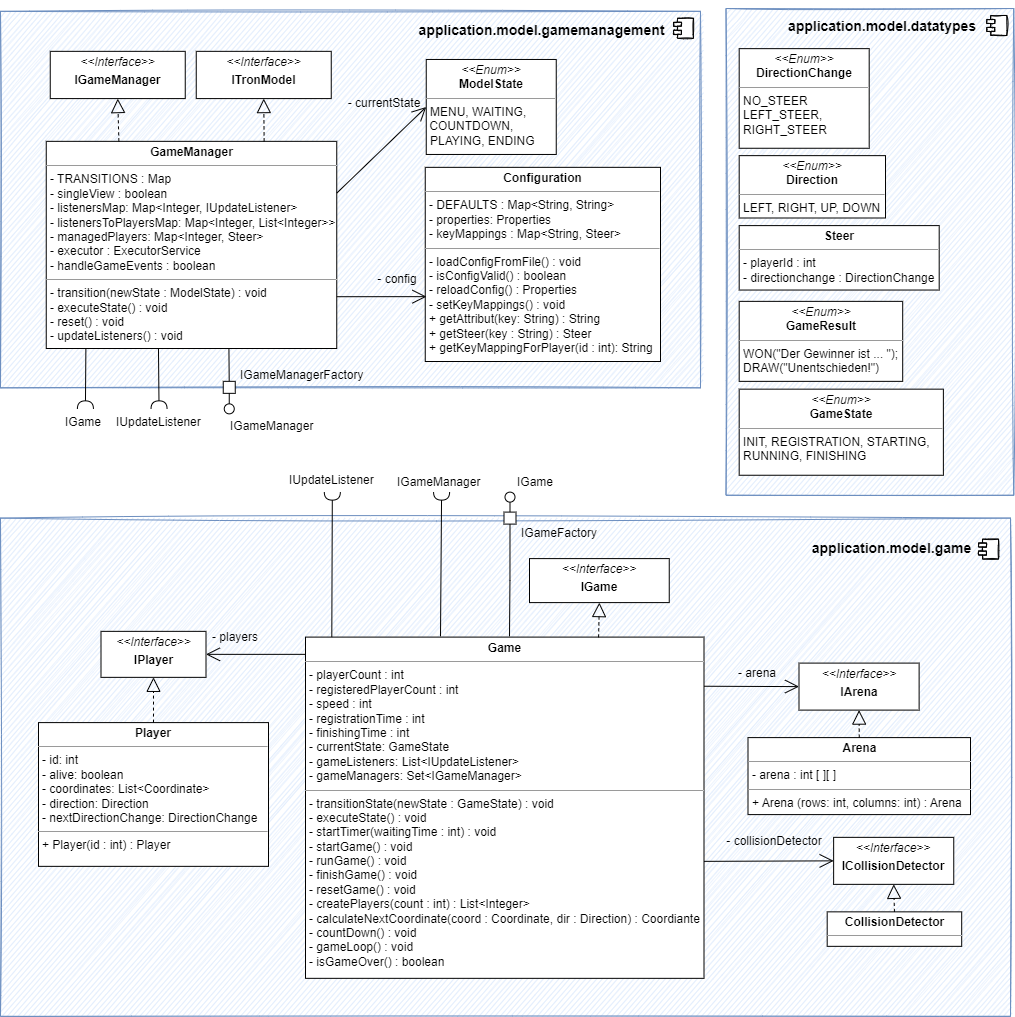
Earlier version of the draw.io export Dokumentation/App/diagrams/baustein/bs_layer3_model.png (sckoenig/Distributed-Tron). Source tidied: cells renumbered, new cells last; positions are measured from the earlier drawing's top-left corner, leaving out a move shared by most shapes.
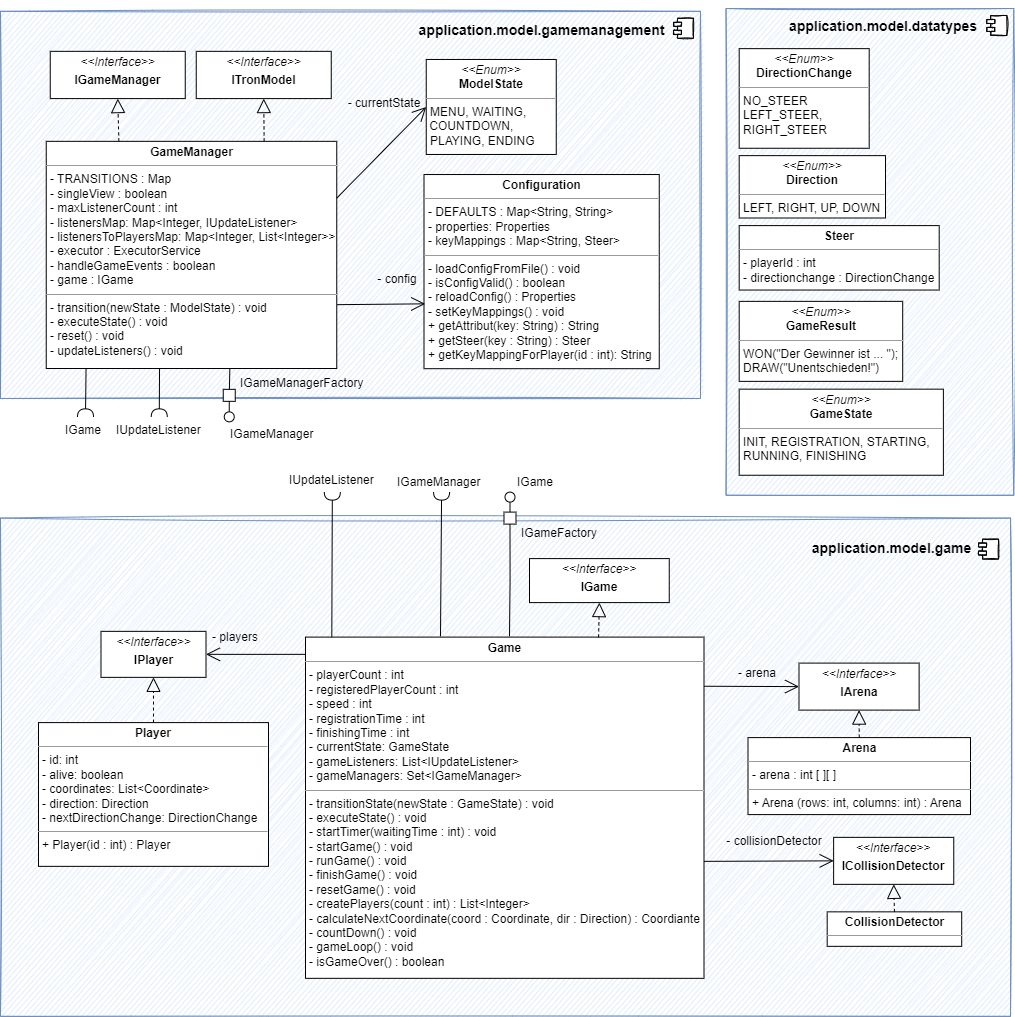
The same file after the commit.

Change to the diagram source:
```diff
@@ -3,7 +3,7 @@
     <mxCell id="0" />
     <mxCell id="1" parent="0" />
     <mxCell id="2" style="html=1;sketch=1;fillColor=#dae8fc;strokeColor=#6c8ebf;" parent="1" vertex="1">
-      <mxGeometry y="2.8" width="700" height="376.5" as="geometry" />
+      <mxGeometry y="2.8" width="700" height="387.2" as="geometry" />
     </mxCell>
     <mxCell id="3" style="shape=module;jettyWidth=8;jettyHeight=4;sketch=1;" parent="2" vertex="1">
       <mxGeometry x="1" width="20" height="20" relative="1" as="geometry">
@@ -36,10 +36,10 @@
       <mxGeometry x="195.8" y="42.8" width="135" height="47.2" as="geometry" />
     </mxCell>
     <mxCell id="11" value="&lt;p style=&quot;margin:0px;margin-top:4px;text-align:center;&quot;&gt;&lt;span style=&quot;font-weight: 700;&quot;&gt;Configuration&lt;/span&gt;&lt;br&gt;&lt;/p&gt;&lt;hr size=&quot;1&quot;&gt;&lt;p style=&quot;margin:0px;margin-left:4px;&quot;&gt;- DEFAULTS : Map&amp;lt;String, String&amp;gt;&lt;/p&gt;&lt;p style=&quot;margin:0px;margin-left:4px;&quot;&gt;- properties: Properties&lt;br style=&quot;padding: 0px; margin: 0px;&quot;&gt;- keyMappings : Map&amp;lt;String, Steer&amp;gt;&lt;/p&gt;&lt;hr size=&quot;1&quot;&gt;&lt;p style=&quot;margin:0px;margin-left:4px;&quot;&gt;- loadConfigFromFile() : void&lt;br style=&quot;padding: 0px; margin: 0px;&quot;&gt;- isConfigValid() : boolean&lt;br style=&quot;padding: 0px; margin: 0px;&quot;&gt;- reloadConfig() : Properties&lt;/p&gt;&lt;p style=&quot;margin:0px;margin-left:4px;&quot;&gt;- setKeyMappings() : void&lt;br style=&quot;padding: 0px; margin: 0px;&quot;&gt;+ getAttribut(key: String) : String&lt;br style=&quot;padding: 0px; margin: 0px;&quot;&gt;+ getSteer(key : String) : Steer&lt;/p&gt;&lt;p style=&quot;margin:0px;margin-left:4px;&quot;&gt;+ getKeyMappingForPlayer(id : int): String&lt;/p&gt;&lt;div style=&quot;padding: 0px; margin: 0px;&quot;&gt;&lt;br style=&quot;padding: 0px; margin: 0px;&quot;&gt;&lt;/div&gt;&lt;div style=&quot;padding: 0px; margin: 0px;&quot;&gt;&lt;br style=&quot;padding: 0px; margin: 0px;&quot;&gt;&lt;/div&gt;&lt;div style=&quot;padding: 0px; margin: 0px;&quot;&gt;&lt;br style=&quot;padding: 0px; margin: 0px;&quot;&gt;&lt;/div&gt;" style="verticalAlign=top;align=left;overflow=fill;fontSize=12;fontFamily=Helvetica;html=1;sketch=0;fillColor=default;" parent="1" vertex="1">
-      <mxGeometry x="424.8" y="158.8" width="235.2" height="194.2" as="geometry" />
+      <mxGeometry x="423.5" y="166" width="235.2" height="194.2" as="geometry" />
     </mxCell>
-    <mxCell id="12" value="&lt;p style=&quot;margin:0px;margin-top:4px;text-align:center;&quot;&gt;&lt;b&gt;GameManager&lt;/b&gt;&lt;/p&gt;&lt;hr size=&quot;1&quot;&gt;&lt;p style=&quot;margin:0px;margin-left:4px;&quot;&gt;&lt;span style=&quot;background-color: initial;&quot;&gt;- TRANSITIONS : Map&lt;/span&gt;&lt;/p&gt;&lt;p style=&quot;margin:0px;margin-left:4px;&quot;&gt;&lt;span style=&quot;background-color: initial;&quot;&gt;- singleView : boolean&lt;/span&gt;&lt;/p&gt;&lt;p style=&quot;margin:0px;margin-left:4px;&quot;&gt;- listenersMap: Map&amp;lt;Integer, IUpdateListener&amp;gt;&lt;/p&gt;&lt;p style=&quot;margin:0px;margin-left:4px;&quot;&gt;- listenersToPlayersMap: Map&amp;lt;Integer, List&amp;lt;Integer&amp;gt;&amp;gt;&lt;/p&gt;&lt;p style=&quot;margin:0px;margin-left:4px;&quot;&gt;- managedPlayers: Map&amp;lt;Integer, Steer&amp;gt;&lt;br&gt;&lt;/p&gt;&lt;p style=&quot;margin:0px;margin-left:4px;&quot;&gt;- executor : ExecutorService&lt;/p&gt;&lt;p style=&quot;margin:0px;margin-left:4px;&quot;&gt;- handleGameEvents : boolean&lt;/p&gt;&lt;hr size=&quot;1&quot;&gt;&lt;p style=&quot;margin:0px;margin-left:4px;&quot;&gt;&lt;span style=&quot;background-color: initial;&quot;&gt;- transition(newState : ModelState) : void&lt;/span&gt;&lt;br&gt;&lt;/p&gt;&lt;p style=&quot;margin:0px;margin-left:4px;&quot;&gt;- executeState() : void&lt;/p&gt;&lt;p style=&quot;margin:0px;margin-left:4px;&quot;&gt;- reset() : void&lt;/p&gt;&lt;p style=&quot;margin: 0px 0px 0px 4px;&quot;&gt;- updateListeners() : void&lt;/p&gt;&lt;p style=&quot;margin: 0px 0px 0px 4px;&quot;&gt;&lt;br&gt;&lt;/p&gt;&lt;p style=&quot;margin: 0px 0px 0px 4px;&quot;&gt;&lt;br&gt;&lt;/p&gt;&lt;p style=&quot;margin:0px;margin-left:4px;&quot;&gt;&lt;/p&gt;&lt;br&gt;&lt;div style=&quot;padding: 0px; margin: 0px;&quot;&gt;&lt;br style=&quot;padding: 0px; margin: 0px;&quot;&gt;&lt;/div&gt;&lt;div style=&quot;padding: 0px; margin: 0px;&quot;&gt;&lt;br style=&quot;padding: 0px; margin: 0px;&quot;&gt;&lt;/div&gt;" style="verticalAlign=top;align=left;overflow=fill;fontSize=12;fontFamily=Helvetica;html=1;sketch=0;fillColor=default;" parent="1" vertex="1">
-      <mxGeometry x="45.8" y="132.8" width="290.5" height="207.2" as="geometry" />
+    <mxCell id="12" value="&lt;p style=&quot;margin:0px;margin-top:4px;text-align:center;&quot;&gt;&lt;b&gt;GameManager&lt;/b&gt;&lt;/p&gt;&lt;hr size=&quot;1&quot;&gt;&lt;p style=&quot;margin:0px;margin-left:4px;&quot;&gt;&lt;span style=&quot;background-color: initial;&quot;&gt;- TRANSITIONS : Map&lt;/span&gt;&lt;/p&gt;&lt;p style=&quot;margin:0px;margin-left:4px;&quot;&gt;&lt;span style=&quot;background-color: initial;&quot;&gt;- singleView : boolean&lt;/span&gt;&lt;/p&gt;&lt;p style=&quot;margin:0px;margin-left:4px;&quot;&gt;&lt;span style=&quot;background-color: initial;&quot;&gt;- maxListenerCount : int&lt;/span&gt;&lt;/p&gt;&lt;p style=&quot;margin:0px;margin-left:4px;&quot;&gt;- listenersMap: Map&amp;lt;Integer, IUpdateListener&amp;gt;&lt;/p&gt;&lt;p style=&quot;margin:0px;margin-left:4px;&quot;&gt;- listenersToPlayersMap: Map&amp;lt;Integer, List&amp;lt;Integer&amp;gt;&amp;gt;&lt;/p&gt;&lt;p style=&quot;margin:0px;margin-left:4px;&quot;&gt;- executor : ExecutorService&lt;/p&gt;&lt;p style=&quot;margin:0px;margin-left:4px;&quot;&gt;- handleGameEvents : boolean&lt;/p&gt;&lt;p style=&quot;margin:0px;margin-left:4px;&quot;&gt;- game : IGame&lt;/p&gt;&lt;hr size=&quot;1&quot;&gt;&lt;p style=&quot;margin:0px;margin-left:4px;&quot;&gt;&lt;span style=&quot;background-color: initial;&quot;&gt;- transition(newState : ModelState) : void&lt;/span&gt;&lt;br&gt;&lt;/p&gt;&lt;p style=&quot;margin:0px;margin-left:4px;&quot;&gt;- executeState() : void&lt;/p&gt;&lt;p style=&quot;margin:0px;margin-left:4px;&quot;&gt;- reset() : void&lt;/p&gt;&lt;p style=&quot;margin: 0px 0px 0px 4px;&quot;&gt;- updateListeners() : void&lt;/p&gt;&lt;p style=&quot;margin: 0px 0px 0px 4px;&quot;&gt;&lt;br&gt;&lt;/p&gt;&lt;p style=&quot;margin: 0px 0px 0px 4px;&quot;&gt;&lt;br&gt;&lt;/p&gt;&lt;p style=&quot;margin:0px;margin-left:4px;&quot;&gt;&lt;/p&gt;&lt;br&gt;&lt;div style=&quot;padding: 0px; margin: 0px;&quot;&gt;&lt;br style=&quot;padding: 0px; margin: 0px;&quot;&gt;&lt;/div&gt;&lt;div style=&quot;padding: 0px; margin: 0px;&quot;&gt;&lt;br style=&quot;padding: 0px; margin: 0px;&quot;&gt;&lt;/div&gt;" style="verticalAlign=top;align=left;overflow=fill;fontSize=12;fontFamily=Helvetica;html=1;sketch=0;fillColor=default;" parent="1" vertex="1">
+      <mxGeometry x="45.8" y="132.8" width="290.5" height="227.2" as="geometry" />
     </mxCell>
     <mxCell id="13" value="- config" style="text;html=1;strokeColor=none;fillColor=none;align=center;verticalAlign=middle;whiteSpace=wrap;rounded=0;" parent="1" vertex="1">
       <mxGeometry x="353.3" y="256.1" width="88" height="30" as="geometry" />
@@ -59,10 +59,8 @@
     <mxCell id="18" value="&lt;p style=&quot;margin:0px;margin-top:4px;text-align:center;&quot;&gt;&lt;i&gt;&amp;lt;&amp;lt;Interface&lt;/i&gt;&lt;i style=&quot;background-color: initial;&quot;&gt;&amp;gt;&amp;gt;&lt;/i&gt;&lt;/p&gt;&lt;p style=&quot;margin:0px;margin-top:4px;text-align:center;&quot;&gt;&lt;b&gt;IGame&lt;/b&gt;&lt;/p&gt;" style="verticalAlign=top;align=left;overflow=fill;fontSize=12;fontFamily=Helvetica;html=1;" parent="1" vertex="1">
       <mxGeometry x="529" y="550.1" width="139.8" height="44" as="geometry" />
     </mxCell>
-    <mxCell id="19" style="rounded=0;jettySize=auto;html=1;endArrow=halfCircle;endFill=0;endSize=6;strokeWidth=1;sketch=0;exitX=0.25;exitY=1;exitDx=0;exitDy=0;" parent="1" edge="1" target="48">
-      <mxGeometry relative="1" as="geometry">
-        <mxPoint x="85.4" y="340" as="sourcePoint" />
-      </mxGeometry>
+    <mxCell id="19" style="rounded=0;jettySize=auto;html=1;endArrow=halfCircle;endFill=0;endSize=6;strokeWidth=1;sketch=0;exitX=0.137;exitY=0.999;exitDx=0;exitDy=0;exitPerimeter=0;" parent="1" edge="1" source="12" target="48">
+      <mxGeometry relative="1" as="geometry" />
     </mxCell>
     <mxCell id="20" style="rounded=0;jettySize=auto;html=1;endArrow=none;endFill=0;sketch=0;startArrow=none;entryX=0.5;entryY=0;entryDx=0;entryDy=0;" parent="1" edge="1" source="21">
       <mxGeometry relative="1" as="geometry">
@@ -82,7 +80,7 @@
     </mxCell>
     <mxCell id="24" style="endArrow=open;endFill=1;endSize=12;html=1;rounded=0;sketch=0;entryX=1;entryY=0.5;entryDx=0;entryDy=0;" parent="1" edge="1" target="45">
       <mxGeometry relative="1" as="geometry">
-        <mxPoint x="305" y="645.8" as="sourcePoint" />
+        <mxPoint x="305" y="645.9" as="sourcePoint" />
       </mxGeometry>
     </mxCell>
     <mxCell id="25" style="endArrow=open;endFill=1;endSize=12;html=1;rounded=0;sketch=0;exitX=1;exitY=0.144;exitDx=0;exitDy=0;entryX=0;entryY=0.5;entryDx=0;entryDy=0;exitPerimeter=0;" parent="1" edge="1" source="16" target="17">
@@ -103,7 +101,7 @@
     <mxCell id="30" value="&lt;p style=&quot;margin:0px;margin-top:4px;text-align:center;&quot;&gt;&lt;span style=&quot;font-weight: 700;&quot;&gt;Steer&lt;/span&gt;&lt;br&gt;&lt;/p&gt;&lt;hr size=&quot;1&quot;&gt;&lt;p style=&quot;margin:0px;margin-left:4px;&quot;&gt;- playerId : int&lt;br style=&quot;padding: 0px; margin: 0px;&quot;&gt;- directionchange :&amp;nbsp;&lt;span style=&quot;background-color: initial;&quot;&gt;DirectionChange&lt;/span&gt;&lt;/p&gt;" style="verticalAlign=top;align=left;overflow=fill;fontSize=12;fontFamily=Helvetica;html=1;" parent="1" vertex="1">
       <mxGeometry x="738.7" y="217.1" width="200" height="64.4" as="geometry" />
     </mxCell>
-    <mxCell id="31" style="endArrow=open;endFill=1;endSize=12;html=1;rounded=0;sketch=0;exitX=1;exitY=0.75;exitDx=0;exitDy=0;entryX=0.005;entryY=0.666;entryDx=0;entryDy=0;entryPerimeter=0;" parent="1" edge="1" source="12" target="11">
+    <mxCell id="31" style="endArrow=open;endFill=1;endSize=12;html=1;rounded=0;sketch=0;entryX=0.005;entryY=0.666;entryDx=0;entryDy=0;entryPerimeter=0;exitX=1.001;exitY=0.719;exitDx=0;exitDy=0;exitPerimeter=0;" parent="1" edge="1" source="12" target="11">
       <mxGeometry relative="1" as="geometry" />
     </mxCell>
     <mxCell id="32" style="endArrow=open;endFill=1;endSize=12;html=1;rounded=0;sketch=0;entryX=0;entryY=0.5;entryDx=0;entryDy=0;exitX=1;exitY=0.25;exitDx=0;exitDy=0;" parent="1" edge="1" source="12" target="28">
@@ -122,12 +120,10 @@
       <mxGeometry x="287" y="458.2" width="89.7" height="25.4" as="geometry" />
     </mxCell>
     <mxCell id="37" value="&lt;div style=&quot;text-align: center;&quot;&gt;IGameManagerFactory&lt;/div&gt;" style="text;whiteSpace=wrap;html=1;" parent="1" vertex="1">
-      <mxGeometry x="237.5" y="352.8" width="70" height="40" as="geometry" />
+      <mxGeometry x="237.5" y="360.8" width="70" height="40" as="geometry" />
     </mxCell>
-    <mxCell id="38" style="endArrow=none;html=1;rounded=0;entryX=0.856;entryY=0.998;entryDx=0;entryDy=0;entryPerimeter=0;startArrow=none;" parent="1" edge="1" source="54">
-      <mxGeometry relative="1" as="geometry">
-        <mxPoint x="228.4" y="339.6" as="targetPoint" />
-      </mxGeometry>
+    <mxCell id="38" style="endArrow=none;html=1;rounded=0;startArrow=none;entryX=0.632;entryY=1;entryDx=0;entryDy=0;entryPerimeter=0;" parent="1" edge="1" source="54" target="12">
+      <mxGeometry relative="1" as="geometry" />
     </mxCell>
     <mxCell id="39" style="endArrow=open;endFill=1;endSize=12;html=1;rounded=0;sketch=0;entryX=0;entryY=0.5;entryDx=0;entryDy=0;" parent="1" edge="1" target="46">
       <mxGeometry relative="1" as="geometry">
@@ -161,7 +157,7 @@
       <mxGeometry x="724.8" y="817.8" width="98" height="30" as="geometry" />
     </mxCell>
     <mxCell id="48" value="&lt;div style=&quot;text-align: center;&quot;&gt;IGame&lt;/div&gt;" style="text;whiteSpace=wrap;html=1;" parent="1" vertex="1">
-      <mxGeometry x="63.1" y="400.4" width="43.2" height="40" as="geometry" />
+      <mxGeometry x="63.1" y="408.4" width="43.2" height="40" as="geometry" />
     </mxCell>
     <mxCell id="49" style="whiteSpace=wrap;html=1;" parent="1" vertex="1">
       <mxGeometry x="503.5" y="503.6" width="12" height="12" as="geometry" />
@@ -175,21 +171,21 @@
       </mxGeometry>
     </mxCell>
     <mxCell id="52" value="&lt;div style=&quot;text-align: center;&quot;&gt;IGameManager&lt;/div&gt;" style="text;whiteSpace=wrap;html=1;" parent="1" vertex="1">
-      <mxGeometry x="228.2" y="403.7" width="70" height="40" as="geometry" />
+      <mxGeometry x="228.2" y="411.7" width="70" height="40" as="geometry" />
     </mxCell>
     <mxCell id="53" value="&lt;p style=&quot;margin:0px;margin-top:4px;text-align:center;&quot;&gt;&lt;i&gt;&amp;lt;&amp;lt;Interface&lt;/i&gt;&lt;i style=&quot;background-color: initial;&quot;&gt;&amp;gt;&amp;gt;&lt;/i&gt;&lt;/p&gt;&lt;p style=&quot;margin:0px;margin-top:4px;text-align:center;&quot;&gt;&lt;b&gt;IGameManager&lt;/b&gt;&lt;/p&gt;" style="verticalAlign=top;align=left;overflow=fill;fontSize=12;fontFamily=Helvetica;html=1;" parent="1" vertex="1">
       <mxGeometry x="49.8" y="42.8" width="135" height="47.2" as="geometry" />
     </mxCell>
     <mxCell id="54" style="whiteSpace=wrap;html=1;" parent="1" vertex="1">
-      <mxGeometry x="222.8" y="372.8" width="12" height="12" as="geometry" />
+      <mxGeometry x="222.8" y="380.8" width="12" height="12" as="geometry" />
     </mxCell>
     <mxCell id="55" style="endArrow=none;html=1;rounded=0;startArrow=none;" parent="1" edge="1" source="56">
       <mxGeometry relative="1" as="geometry">
-        <mxPoint x="228.8" y="384.8" as="targetPoint" />
+        <mxPoint x="228.8" y="392.8" as="targetPoint" />
       </mxGeometry>
     </mxCell>
     <mxCell id="56" style="ellipse;whiteSpace=wrap;html=1;align=center;points=[];outlineConnect=0;sketch=0;" parent="1" vertex="1">
-      <mxGeometry x="223.8" y="395.4" width="10" height="10" as="geometry" />
+      <mxGeometry x="223.8" y="403.4" width="10" height="10" as="geometry" />
     </mxCell>
     <mxCell id="57" style="endArrow=block;dashed=1;endFill=0;endSize=12;html=1;rounded=0;fontSize=25;exitX=0.25;exitY=0;exitDx=0;exitDy=0;entryX=0.5;entryY=1;entryDx=0;entryDy=0;" parent="1" edge="1" source="12" target="53">
       <mxGeometry relative="1" as="geometry" />
@@ -203,13 +199,11 @@
     <mxCell id="60" value="&lt;div style=&quot;text-align: center;&quot;&gt;IGameManager&lt;/div&gt;" style="text;whiteSpace=wrap;html=1;" parent="1" vertex="1">
       <mxGeometry x="395.1" y="460.4" width="91.9" height="23.2" as="geometry" />
     </mxCell>
-    <mxCell id="61" style="rounded=0;jettySize=auto;html=1;endArrow=halfCircle;endFill=0;endSize=6;strokeWidth=1;sketch=0;exitX=0.462;exitY=1;exitDx=0;exitDy=0;exitPerimeter=0;" parent="1" edge="1" target="62">
-      <mxGeometry relative="1" as="geometry">
-        <mxPoint x="158" y="340" as="sourcePoint" />
-      </mxGeometry>
+    <mxCell id="61" style="rounded=0;jettySize=auto;html=1;endArrow=halfCircle;endFill=0;endSize=6;strokeWidth=1;sketch=0;exitX=0.39;exitY=1.002;exitDx=0;exitDy=0;exitPerimeter=0;" parent="1" edge="1" source="12" target="62">
+      <mxGeometry relative="1" as="geometry" />
     </mxCell>
     <mxCell id="62" value="&lt;div style=&quot;text-align: center;&quot;&gt;IUpdateListener&lt;/div&gt;" style="text;whiteSpace=wrap;html=1;" parent="1" vertex="1">
-      <mxGeometry x="113.8" y="400.4" width="89.7" height="25.4" as="geometry" />
+      <mxGeometry x="113.8" y="408.4" width="89.7" height="25.4" as="geometry" />
     </mxCell>
     <mxCell id="63" value="&lt;font style=&quot;font-size: 14px;&quot;&gt;&lt;br style=&quot;&quot;&gt;&lt;b style=&quot;&quot;&gt;application.model.datatypes&lt;/b&gt;&lt;/font&gt;" style="text;html=1;strokeColor=none;fillColor=none;align=center;verticalAlign=middle;whiteSpace=wrap;rounded=0;sketch=1;" parent="1" vertex="1">
       <mxGeometry x="798.5" width="168.2" height="17.6" as="geometry" />
```
